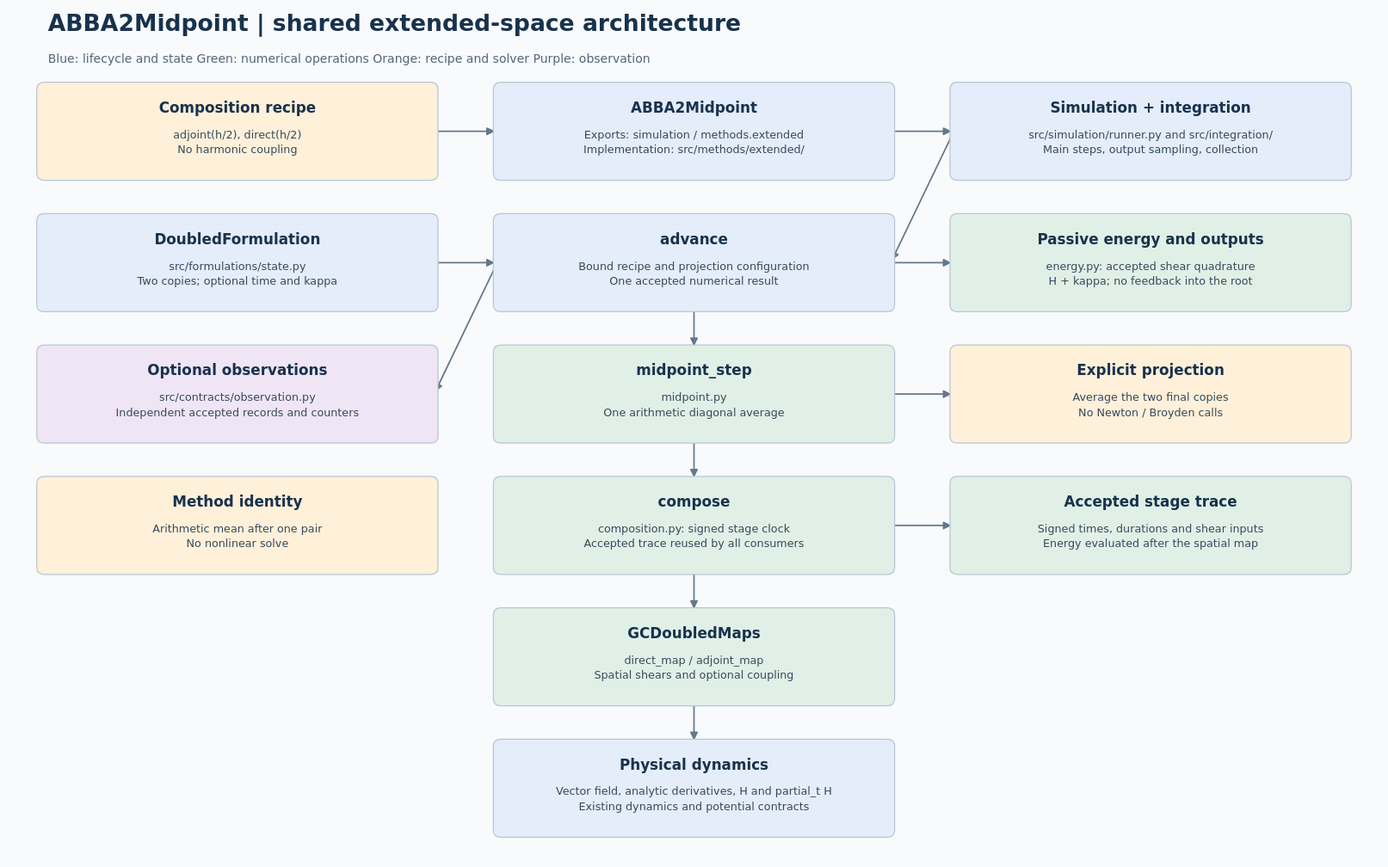
Jugibe-52/GC2D_intranet keeps this PlantUML diagram as docs/models/abba2-midpoint/simulation/abba2-midpoint-simulation-architecture.svg. Above is the earlier version. Its source is kept beside it as docs/models/abba2-midpoint/simulation/abba2-midpoint-simulation-architecture.puml. The source it was exported from:
```plantuml
@startdot
digraph architecture {
  graph [rankdir=TB, bgcolor="#f8fafc"];
  node [shape=box, style="rounded,filled", fontname="DejaVu Sans"];
  recipe [label="Composition recipe\nadjoint(h/2), direct(h/2)\nNo harmonic coupling", fillcolor="#fff0d9"];
  method [label="ABBA2Midpoint\nExports: simulation / methods.extended\nImplementation: src/methods/extended/", fillcolor="#e5ecfa"];
  driver [label="Simulation + integration\nsrc/simulation/runner.py and src/integration/\nMain steps, output sampling, collection", fillcolor="#e5ecfa"];
  state [label="DoubledFormulation\nsrc/formulations/state.py\nTwo copies; optional time and kappa", fillcolor="#e5ecfa"];
  advance [label="advance\nBound recipe and projection configuration\nOne accepted numerical result", fillcolor="#e5ecfa"];
  energy [label="Passive energy and outputs\nenergy.py: accepted shear quadrature\nH + kappa; no feedback into the root", fillcolor="#e1f0e6"];
  observe [label="Optional observations\nsrc/contracts/observation.py\nIndependent accepted records and counters", fillcolor="#f0e5f5"];
  projection [label="midpoint_step\nmidpoint.py\nOne arithmetic diagonal average", fillcolor="#e1f0e6"];
  solver [label="Explicit projection\nAverage the two final copies\nNo Newton / Broyden calls", fillcolor="#fff0d9"];
  placement [label="Method identity\nArithmetic mean after one pair\nNo nonlinear solve", fillcolor="#fff0d9"];
  compose [label="compose\ncomposition.py: signed stage clock\nAccepted trace reused by all consumers", fillcolor="#e1f0e6"];
  tangent [label="Accepted stage trace\nSigned times, durations and shear inputs\nEnergy evaluated after the spatial map", fillcolor="#e1f0e6"];
  maps [label="GCDoubledMaps\ndirect_map / adjoint_map\nSpatial shears and optional coupling", fillcolor="#e1f0e6"];
  dynamics [label="Physical dynamics\nVector field, analytic derivatives, H and partial_t H\nExisting dynamics and potential contracts", fillcolor="#e5ecfa"];
  recipe -> method;
  method -> driver;
  driver -> advance;
  state -> advance;
  advance -> projection;
  advance -> energy;
  advance -> observe;
  projection -> compose;
  projection -> solver;
  compose -> tangent;
  compose -> maps;
  maps -> dynamics;
}
@enddot
```
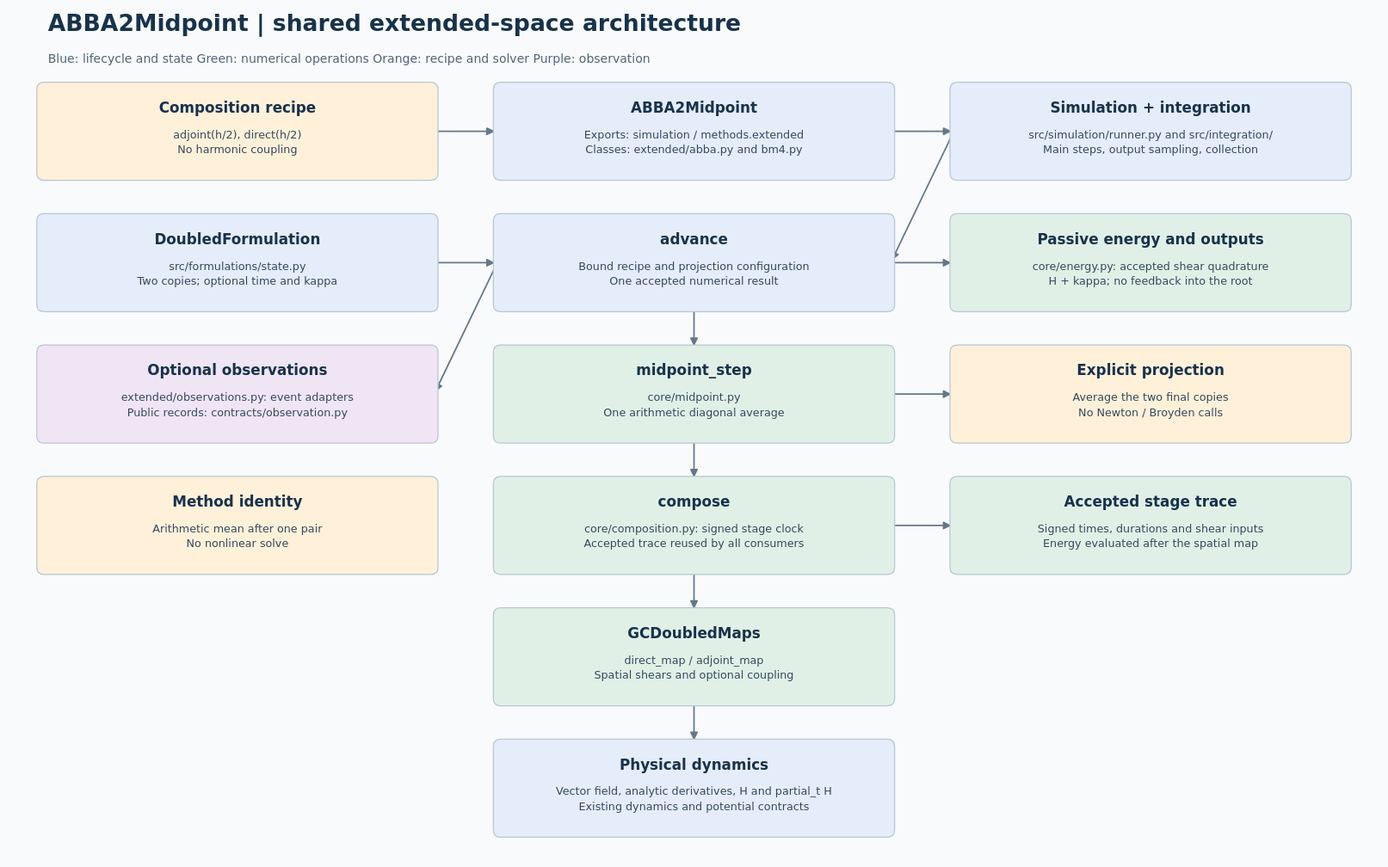
After the commit.

Change to the diagram source:
```diff
@@ -3,16 +3,16 @@
   graph [rankdir=TB, bgcolor="#f8fafc"];
   node [shape=box, style="rounded,filled", fontname="DejaVu Sans"];
   recipe [label="Composition recipe\nadjoint(h/2), direct(h/2)\nNo harmonic coupling", fillcolor="#fff0d9"];
-  method [label="ABBA2Midpoint\nExports: simulation / methods.extended\nImplementation: src/methods/extended/", fillcolor="#e5ecfa"];
+  method [label="ABBA2Midpoint\nExports: simulation / methods.extended\nClasses: extended/abba.py and bm4.py", fillcolor="#e5ecfa"];
   driver [label="Simulation + integration\nsrc/simulation/runner.py and src/integration/\nMain steps, output sampling, collection", fillcolor="#e5ecfa"];
   state [label="DoubledFormulation\nsrc/formulations/state.py\nTwo copies; optional time and kappa", fillcolor="#e5ecfa"];
   advance [label="advance\nBound recipe and projection configuration\nOne accepted numerical result", fillcolor="#e5ecfa"];
-  energy [label="Passive energy and outputs\nenergy.py: accepted shear quadrature\nH + kappa; no feedback into the root", fillcolor="#e1f0e6"];
-  observe [label="Optional observations\nsrc/contracts/observation.py\nIndependent accepted records and counters", fillcolor="#f0e5f5"];
-  projection [label="midpoint_step\nmidpoint.py\nOne arithmetic diagonal average", fillcolor="#e1f0e6"];
+  energy [label="Passive energy and outputs\ncore/energy.py: accepted shear quadrature\nH + kappa; no feedback into the root", fillcolor="#e1f0e6"];
+  observe [label="Optional observations\nextended/observations.py: event adapters\nPublic records: contracts/observation.py", fillcolor="#f0e5f5"];
+  projection [label="midpoint_step\ncore/midpoint.py\nOne arithmetic diagonal average", fillcolor="#e1f0e6"];
   solver [label="Explicit projection\nAverage the two final copies\nNo Newton / Broyden calls", fillcolor="#fff0d9"];
   placement [label="Method identity\nArithmetic mean after one pair\nNo nonlinear solve", fillcolor="#fff0d9"];
-  compose [label="compose\ncomposition.py: signed stage clock\nAccepted trace reused by all consumers", fillcolor="#e1f0e6"];
+  compose [label="compose\ncore/composition.py: signed stage clock\nAccepted trace reused by all consumers", fillcolor="#e1f0e6"];
   tangent [label="Accepted stage trace\nSigned times, durations and shear inputs\nEnergy evaluated after the spatial map", fillcolor="#e1f0e6"];
   maps [label="GCDoubledMaps\ndirect_map / adjoint_map\nSpatial shears and optional coupling", fillcolor="#e1f0e6"];
   dynamics [label="Physical dynamics\nVector field, analytic derivatives, H and partial_t H\nExisting dynamics and potential contracts", fillcolor="#e5ecfa"];
```
